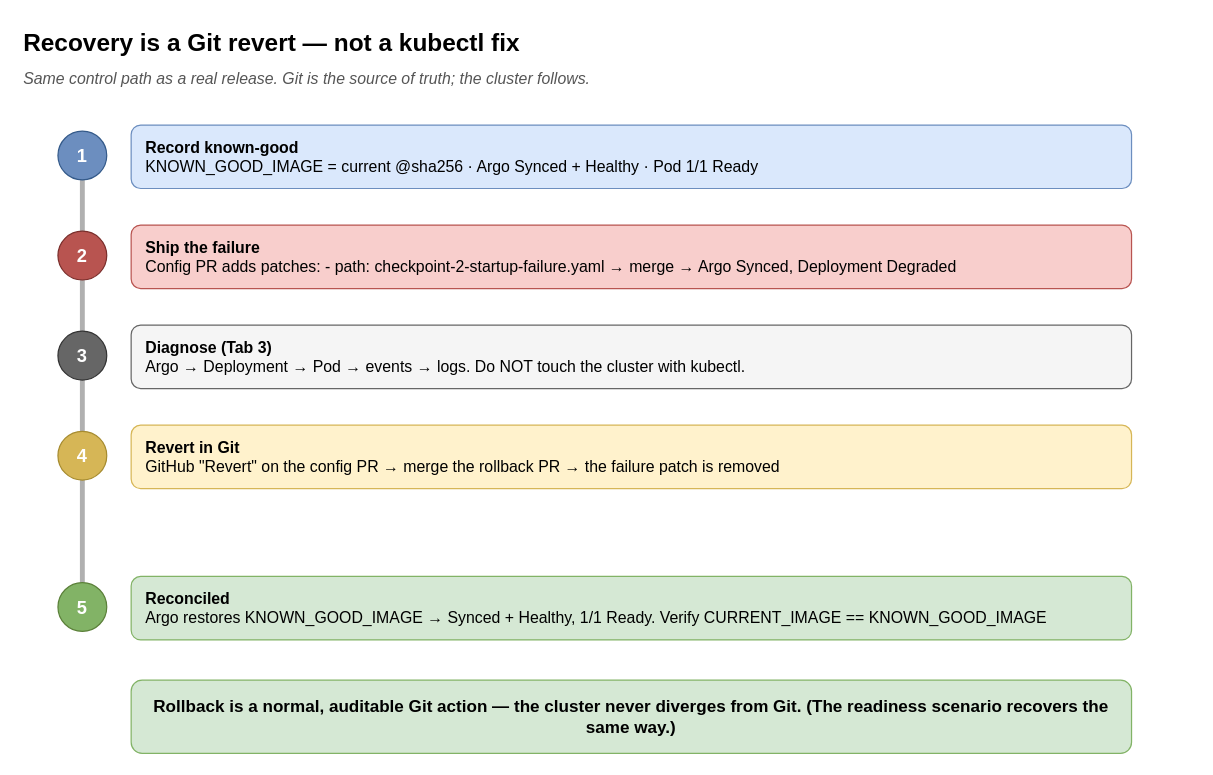
Above: page "4 · Recovery = Git revert" (4 of 4) of docs/checkpoint-2-concepts.drawio in therealdumbprogrammer/delivery-lab (draw.io), before the change. Source tidied: cells renumbered, new cells numbered last; positions are measured from the earlier drawing's top-left corner, leaving out a move shared by most shapes. Both pictures are drawn from the tidied source at 122%, with x=0, y=0 at pixel (21, 21).
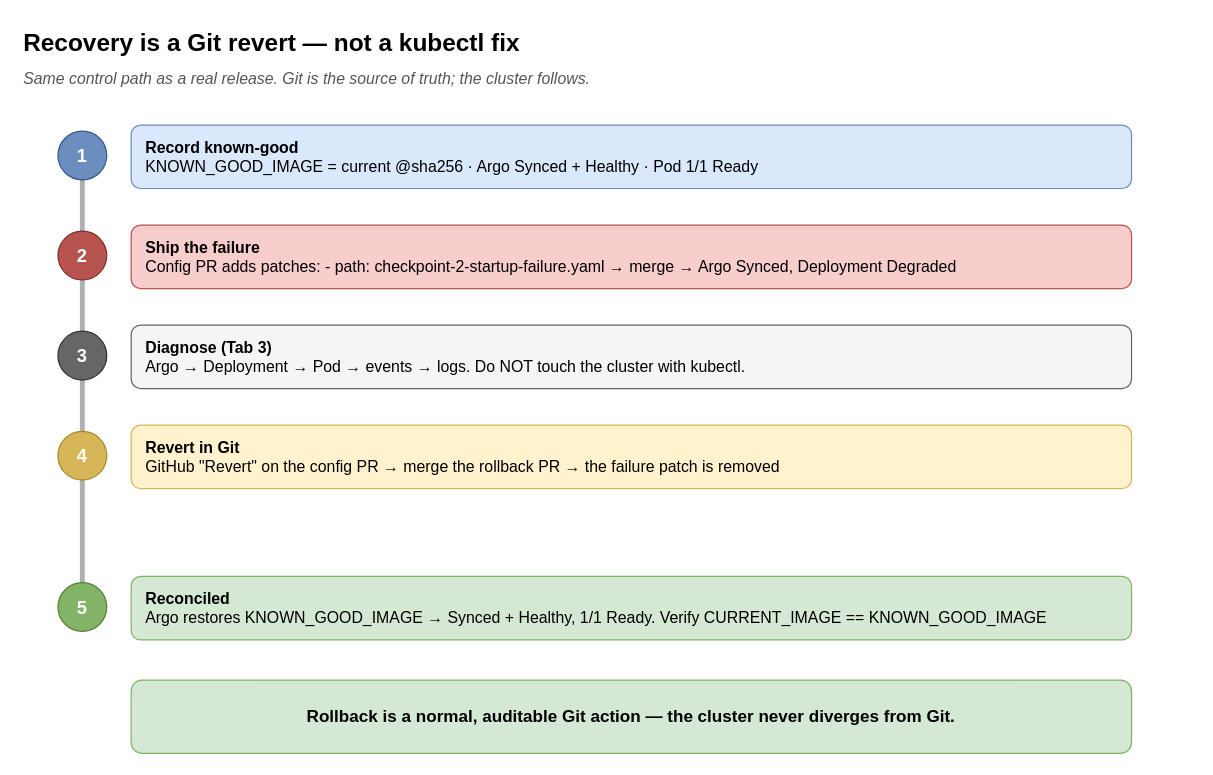
The same diagram, later.

Diff of the diagram source:
```diff
@@
 <mxGraphModel>
   <root>
     <mxCell id="0" />
     <mxCell id="1" parent="0" />
     <mxCell id="2" value="Recovery is a Git revert — not a kubectl fix" style="text;html=1;fontSize=20;fontStyle=1;verticalAlign=middle;" parent="1" vertex="1">
       <mxGeometry width="900" height="34" as="geometry" />
     </mxCell>
     <mxCell id="3" value="Same control path as a real release. Git is the source of truth; the cluster follows." style="text;html=1;fontSize=13;fontStyle=2;verticalAlign=middle;fontColor=#555555;" parent="1" vertex="1">
       <mxGeometry y="36" width="960" height="22" as="geometry" />
     </mxCell>
     <mxCell id="4" style="rounded=0;fillColor=#b0b0b0;strokeColor=none;" parent="1" vertex="1">
       <mxGeometry x="48" y="90" width="4" height="410" as="geometry" />
     </mxCell>
     <mxCell id="5" value="1" style="ellipse;whiteSpace=wrap;html=1;fillColor=#6c8ebf;strokeColor=#345a8a;fontColor=#ffffff;fontSize=15;fontStyle=1;" parent="1" vertex="1">
       <mxGeometry x="30" y="90" width="40" height="40" as="geometry" />
     </mxCell>
     <mxCell id="6" value="&lt;b&gt;Record known-good&lt;/b&gt;&lt;br&gt;KNOWN_GOOD_IMAGE = current @sha256  ·  Argo Synced + Healthy  ·  Pod 1/1 Ready" style="rounded=1;whiteSpace=wrap;html=1;fillColor=#dae8fc;strokeColor=#6c8ebf;fontSize=13;verticalAlign=middle;spacingLeft=10;align=left;" parent="1" vertex="1">
       <mxGeometry x="90" y="85" width="820" height="52" as="geometry" />
     </mxCell>
     <mxCell id="7" value="2" style="ellipse;whiteSpace=wrap;html=1;fillColor=#b85450;strokeColor=#7a2e2b;fontColor=#ffffff;fontSize=15;fontStyle=1;" parent="1" vertex="1">
       <mxGeometry x="30" y="172" width="40" height="40" as="geometry" />
     </mxCell>
     <mxCell id="8" value="&lt;b&gt;Ship the failure&lt;/b&gt;&lt;br&gt;Config PR adds  patches: - path: checkpoint-2-startup-failure.yaml  → merge → Argo Synced, Deployment Degraded" style="rounded=1;whiteSpace=wrap;html=1;fillColor=#f8cecc;strokeColor=#b85450;fontSize=13;verticalAlign=middle;spacingLeft=10;align=left;" parent="1" vertex="1">
       <mxGeometry x="90" y="167" width="820" height="52" as="geometry" />
     </mxCell>
     <mxCell id="9" value="3" style="ellipse;whiteSpace=wrap;html=1;fillColor=#666666;strokeColor=#333333;fontColor=#ffffff;fontSize=15;fontStyle=1;" parent="1" vertex="1">
       <mxGeometry x="30" y="254" width="40" height="40" as="geometry" />
     </mxCell>
     <mxCell id="10" value="&lt;b&gt;Diagnose (Tab 3)&lt;/b&gt;&lt;br&gt;Argo → Deployment → Pod → events → logs.  Do NOT touch the cluster with kubectl." style="rounded=1;whiteSpace=wrap;html=1;fillColor=#f5f5f5;strokeColor=#666666;fontSize=13;verticalAlign=middle;spacingLeft=10;align=left;" parent="1" vertex="1">
       <mxGeometry x="90" y="249" width="820" height="52" as="geometry" />
     </mxCell>
     <mxCell id="11" value="4" style="ellipse;whiteSpace=wrap;html=1;fillColor=#d6b656;strokeColor=#a68b2f;fontColor=#ffffff;fontSize=15;fontStyle=1;" parent="1" vertex="1">
       <mxGeometry x="30" y="336" width="40" height="40" as="geometry" />
     </mxCell>
     <mxCell id="12" value="&lt;b&gt;Revert in Git&lt;/b&gt;&lt;br&gt;GitHub &quot;Revert&quot; on the config PR → merge the rollback PR → the failure patch is removed" style="rounded=1;whiteSpace=wrap;html=1;fillColor=#fff2cc;strokeColor=#d6b656;fontSize=13;verticalAlign=middle;spacingLeft=10;align=left;" parent="1" vertex="1">
       <mxGeometry x="90" y="331" width="820" height="52" as="geometry" />
     </mxCell>
     <mxCell id="13" value="5" style="ellipse;whiteSpace=wrap;html=1;fillColor=#82b366;strokeColor=#5b8039;fontColor=#ffffff;fontSize=15;fontStyle=1;" parent="1" vertex="1">
       <mxGeometry x="30" y="460" width="40" height="40" as="geometry" />
     </mxCell>
     <mxCell id="14" value="&lt;b&gt;Reconciled&lt;/b&gt;&lt;br&gt;Argo restores KNOWN_GOOD_IMAGE → Synced + Healthy, 1/1 Ready.  Verify CURRENT_IMAGE == KNOWN_GOOD_IMAGE" style="rounded=1;whiteSpace=wrap;html=1;fillColor=#d5e8d4;strokeColor=#82b366;fontSize=13;verticalAlign=middle;spacingLeft=10;align=left;" parent="1" vertex="1">
       <mxGeometry x="90" y="455" width="820" height="52" as="geometry" />
     </mxCell>
-    <mxCell id="15" value="Rollback is a normal, auditable Git action — the cluster never diverges from Git. (The readiness scenario recovers the same way.)" style="rounded=1;whiteSpace=wrap;html=1;fillColor=#d5e8d4;strokeColor=#82b366;fontSize=14;fontStyle=1;verticalAlign=middle;" parent="1" vertex="1">
+    <mxCell id="15" value="Rollback is a normal, auditable Git action — the cluster never diverges from Git." style="rounded=1;whiteSpace=wrap;html=1;fillColor=#d5e8d4;strokeColor=#82b366;fontSize=14;fontStyle=1;verticalAlign=middle;" parent="1" vertex="1">
       <mxGeometry x="90" y="540" width="820" height="60" as="geometry" />
     </mxCell>
   </root>
 </mxGraphModel>
```
